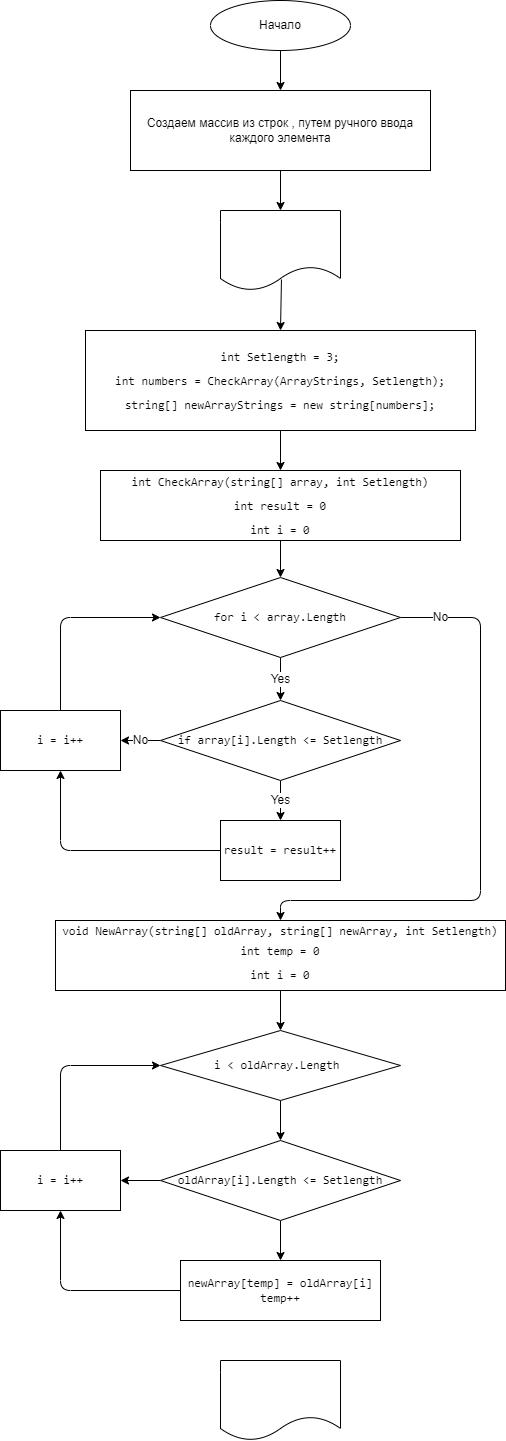
The draw.io diagram block.drawio.png in Kostalev/HW_result, before a commit. Source tidied: cells renumbered, new cells last; positions are measured from the earlier drawing's top-left corner, leaving out a move shared by most shapes.
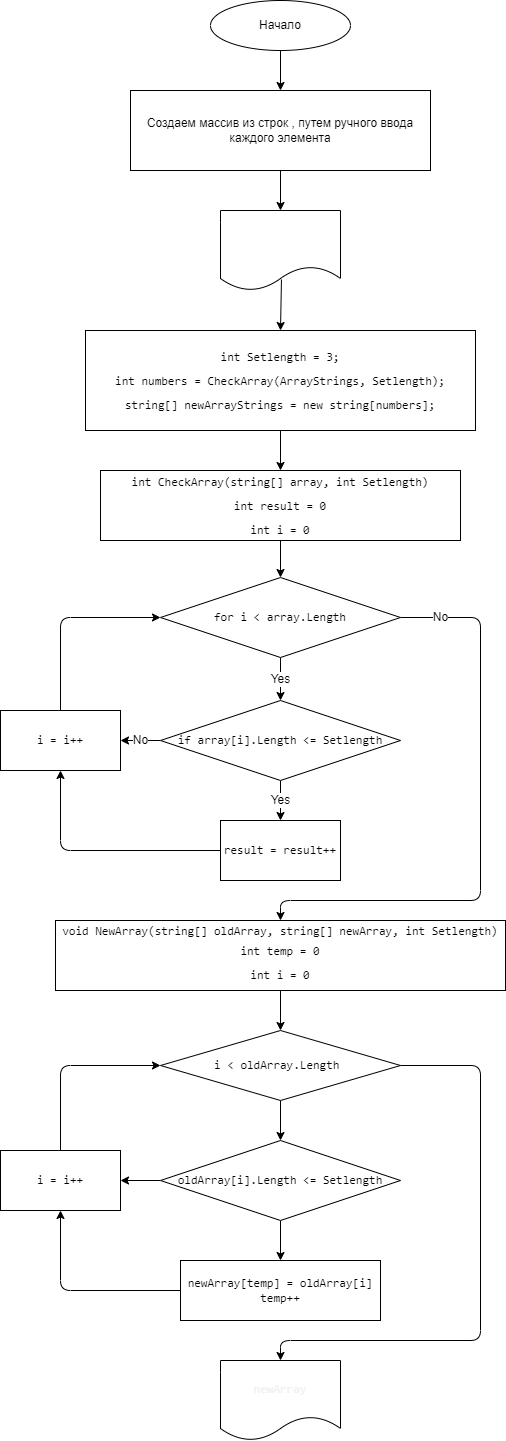
After the commit.

What changed in the source:
```diff
@@ -85,6 +85,15 @@
     <mxCell id="24" style="edgeStyle=none;html=1;exitX=0.5;exitY=1;exitDx=0;exitDy=0;entryX=0.5;entryY=0;entryDx=0;entryDy=0;fontSize=12;" parent="1" edge="1" source="25" target="28">
       <mxGeometry relative="1" as="geometry" />
     </mxCell>
+    <mxCell id="34" style="edgeStyle=none;html=1;exitX=1;exitY=0.5;exitDx=0;exitDy=0;entryX=0.5;entryY=0;entryDx=0;entryDy=0;fontSize=12;" parent="1" edge="1" source="25" target="33">
+      <mxGeometry relative="1" as="geometry">
+        <Array as="points">
+          <mxPoint x="480" y="1065" />
+          <mxPoint x="480" y="1340" />
+          <mxPoint x="280" y="1340" />
+        </Array>
+      </mxGeometry>
+    </mxCell>
     <mxCell id="25" value="&lt;font face=&quot;consolas, courier new, monospace&quot;&gt;i &amp;lt; oldArray.Length&lt;/font&gt;&lt;font face=&quot;consolas, courier new, monospace&quot;&gt;&amp;nbsp;&lt;/font&gt;" style="rhombus;whiteSpace=wrap;html=1;fontSize=12;" parent="1" vertex="1">
       <mxGeometry x="160" y="1030" width="240" height="70" as="geometry" />
     </mxCell>
@@ -117,7 +126,7 @@
     <mxCell id="32" value="&lt;span style=&quot;font-family: &amp;#34;consolas&amp;#34; , &amp;#34;courier new&amp;#34; , monospace&quot;&gt;i =&amp;nbsp;&lt;/span&gt;&lt;span style=&quot;font-family: &amp;#34;consolas&amp;#34; , &amp;#34;courier new&amp;#34; , monospace&quot;&gt;i++&lt;/span&gt;" style="rounded=0;whiteSpace=wrap;html=1;fontSize=12;" parent="1" vertex="1">
       <mxGeometry y="1150" width="120" height="60" as="geometry" />
     </mxCell>
-    <mxCell id="33" value="&lt;font style=&quot;font-size: 12px&quot;&gt;ArrayStrings&lt;/font&gt;" style="shape=document;whiteSpace=wrap;html=1;boundedLbl=1;labelBackgroundColor=none;fontSize=14;fontColor=#FFFFFF;" parent="1" vertex="1">
+    <mxCell id="33" value="&lt;span style=&quot;color: rgb(240 , 240 , 240) ; font-family: &amp;#34;consolas&amp;#34; , &amp;#34;courier new&amp;#34; , monospace ; font-size: 12px&quot;&gt;newArray&lt;/span&gt;" style="shape=document;whiteSpace=wrap;html=1;boundedLbl=1;labelBackgroundColor=none;fontSize=14;fontColor=#FFFFFF;" parent="1" vertex="1">
       <mxGeometry x="220" y="1360" width="120" height="80" as="geometry" />
     </mxCell>
   </root>
```
